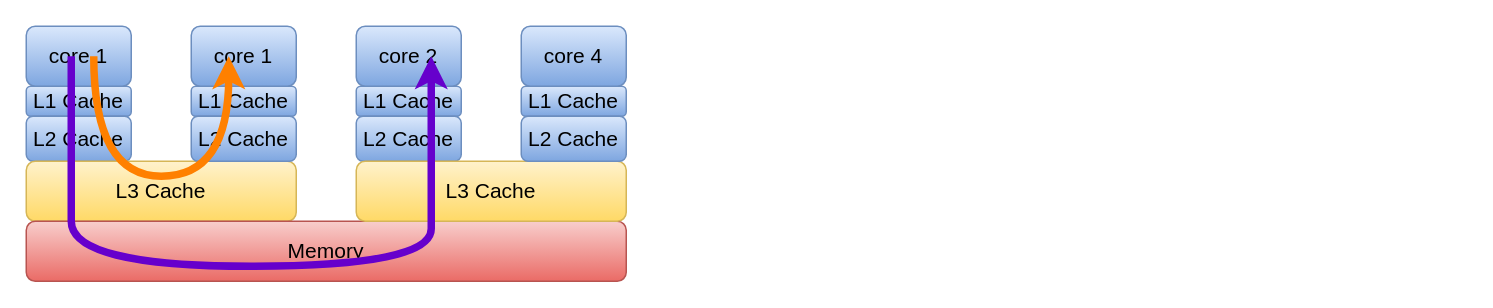
The draw.io diagram verilator_digrams/通信方案.drawio in Dercury/CLDK, before the edit. Source tidied: cells renumbered, new cells numbered last; positions are measured from the earlier drawing's top-left corner, leaving out a move shared by most shapes. Both pictures are drawn from the tidied source at 150%, with x=0, y=0 at pixel (26, 26).
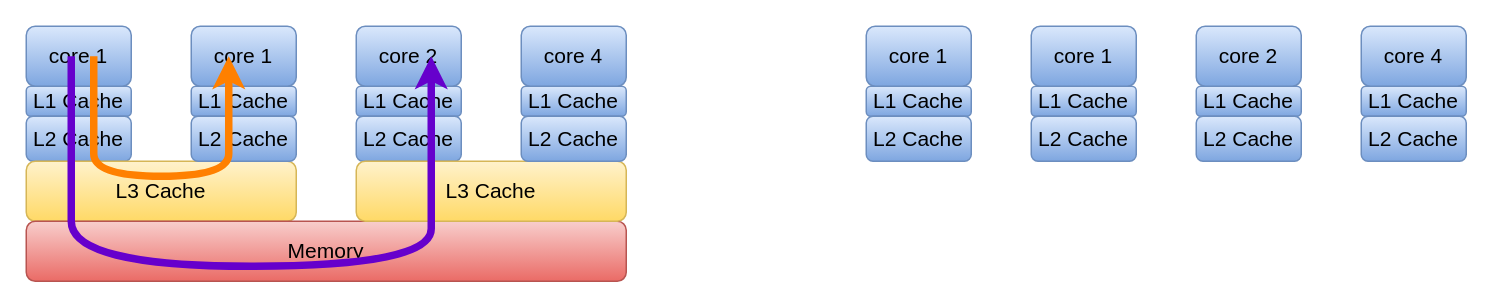
After the change.

Commit message (it also covers changes not shown here):
更新通信方案.drawio

What changed in the source:
```diff
@@
     <mxCell id="17" style="curved=1;endArrow=classic;html=1;rounded=0;strokeColor=#FF8000;strokeWidth=5;" parent="1" edge="1">
       <mxGeometry relative="1" as="geometry">
         <mxPoint x="45" y="20" as="sourcePoint" />
         <mxPoint x="135" y="20" as="targetPoint" />
         <Array as="points">
+          <mxPoint x="45" y="70" />
           <mxPoint x="45" y="100" />
           <mxPoint x="135" y="100" />
+          <mxPoint x="135" y="70" />
         </Array>
       </mxGeometry>
     </mxCell>
@@
+    <mxCell id="19" value="L1 Cache" style="rounded=1;whiteSpace=wrap;html=1;fillColor=#dae8fc;gradientColor=#7ea6e0;strokeColor=#6c8ebf;fontSize=14;" parent="1" vertex="1">
+      <mxGeometry x="560" y="40" width="70" height="20" as="geometry" />
+    </mxCell>
+    <mxCell id="20" value="core 1" style="rounded=1;whiteSpace=wrap;html=1;fillColor=#dae8fc;gradientColor=#7ea6e0;strokeColor=#6c8ebf;fontSize=14;" parent="1" vertex="1">
+      <mxGeometry x="560" width="70" height="40" as="geometry" />
+    </mxCell>
+    <mxCell id="21" value="L2 Cache" style="rounded=1;whiteSpace=wrap;html=1;fillColor=#dae8fc;gradientColor=#7ea6e0;strokeColor=#6c8ebf;fontSize=14;" parent="1" vertex="1">
+      <mxGeometry x="560" y="60" width="70" height="30" as="geometry" />
+    </mxCell>
+    <mxCell id="22" value="L1 Cache" style="rounded=1;whiteSpace=wrap;html=1;fillColor=#dae8fc;gradientColor=#7ea6e0;strokeColor=#6c8ebf;fontSize=14;" parent="1" vertex="1">
+      <mxGeometry x="670" y="40" width="70" height="20" as="geometry" />
+    </mxCell>
+    <mxCell id="23" value="core 1" style="rounded=1;whiteSpace=wrap;html=1;fillColor=#dae8fc;gradientColor=#7ea6e0;strokeColor=#6c8ebf;fontSize=14;" parent="1" vertex="1">
+      <mxGeometry x="670" width="70" height="40" as="geometry" />
+    </mxCell>
+    <mxCell id="24" value="L2 Cache" style="rounded=1;whiteSpace=wrap;html=1;fillColor=#dae8fc;gradientColor=#7ea6e0;strokeColor=#6c8ebf;fontSize=14;" parent="1" vertex="1">
+      <mxGeometry x="670" y="60" width="70" height="30" as="geometry" />
+    </mxCell>
+    <mxCell id="25" value="L1 Cache" style="rounded=1;whiteSpace=wrap;html=1;fillColor=#dae8fc;gradientColor=#7ea6e0;strokeColor=#6c8ebf;fontSize=14;" parent="1" vertex="1">
+      <mxGeometry x="780" y="40" width="70" height="20" as="geometry" />
+    </mxCell>
+    <mxCell id="26" value="core 2" style="rounded=1;whiteSpace=wrap;html=1;fillColor=#dae8fc;gradientColor=#7ea6e0;strokeColor=#6c8ebf;fontSize=14;" parent="1" vertex="1">
+      <mxGeometry x="780" width="70" height="40" as="geometry" />
+    </mxCell>
+    <mxCell id="27" value="L2 Cache" style="rounded=1;whiteSpace=wrap;html=1;fillColor=#dae8fc;gradientColor=#7ea6e0;strokeColor=#6c8ebf;fontSize=14;" parent="1" vertex="1">
+      <mxGeometry x="780" y="60" width="70" height="30" as="geometry" />
+    </mxCell>
+    <mxCell id="28" value="L1 Cache" style="rounded=1;whiteSpace=wrap;html=1;fillColor=#dae8fc;gradientColor=#7ea6e0;strokeColor=#6c8ebf;fontSize=14;" parent="1" vertex="1">
+      <mxGeometry x="890" y="40" width="70" height="20" as="geometry" />
+    </mxCell>
+    <mxCell id="29" value="core 4" style="rounded=1;whiteSpace=wrap;html=1;fillColor=#dae8fc;gradientColor=#7ea6e0;strokeColor=#6c8ebf;fontSize=14;" parent="1" vertex="1">
+      <mxGeometry x="890" width="70" height="40" as="geometry" />
+    </mxCell>
+    <mxCell id="30" value="L2 Cache" style="rounded=1;whiteSpace=wrap;html=1;fillColor=#dae8fc;gradientColor=#7ea6e0;strokeColor=#6c8ebf;fontSize=14;" parent="1" vertex="1">
+      <mxGeometry x="890" y="60" width="70" height="30" as="geometry" />
+    </mxCell>
```
